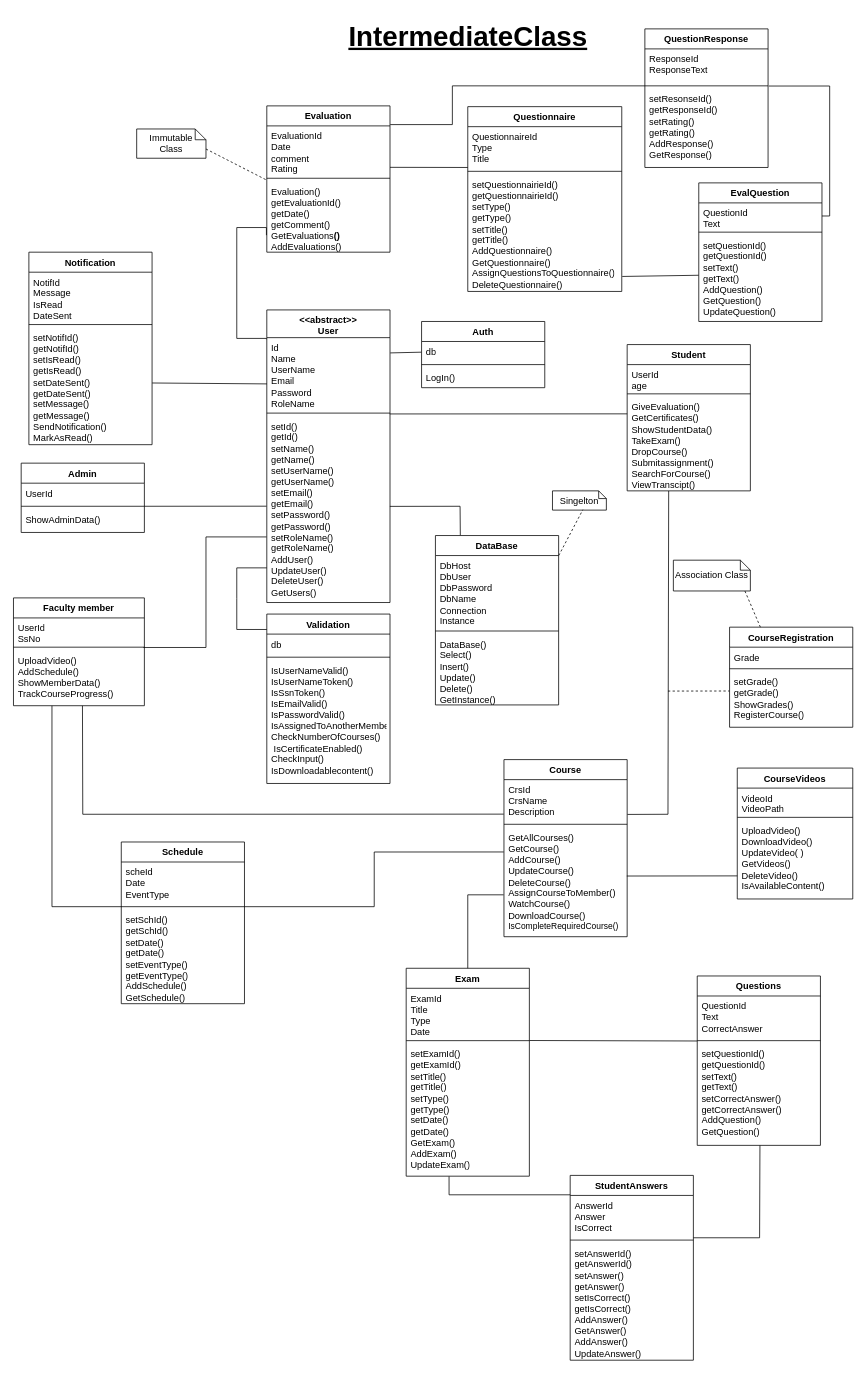
Youssefmohamed430/Learning-Management-System keeps this draw.io diagram as page "IntermediateClass" (2 of 3) of Diagrams/ClassDiagram.drawio. Above is the earlier version. Source tidied: cells renumbered, new cells numbered last; positions are measured from the earlier drawing's top-left corner, leaving out a move shared by most shapes. Both pictures are drawn from the tidied source at 77%, with x=0, y=0 at pixel (13, 13).
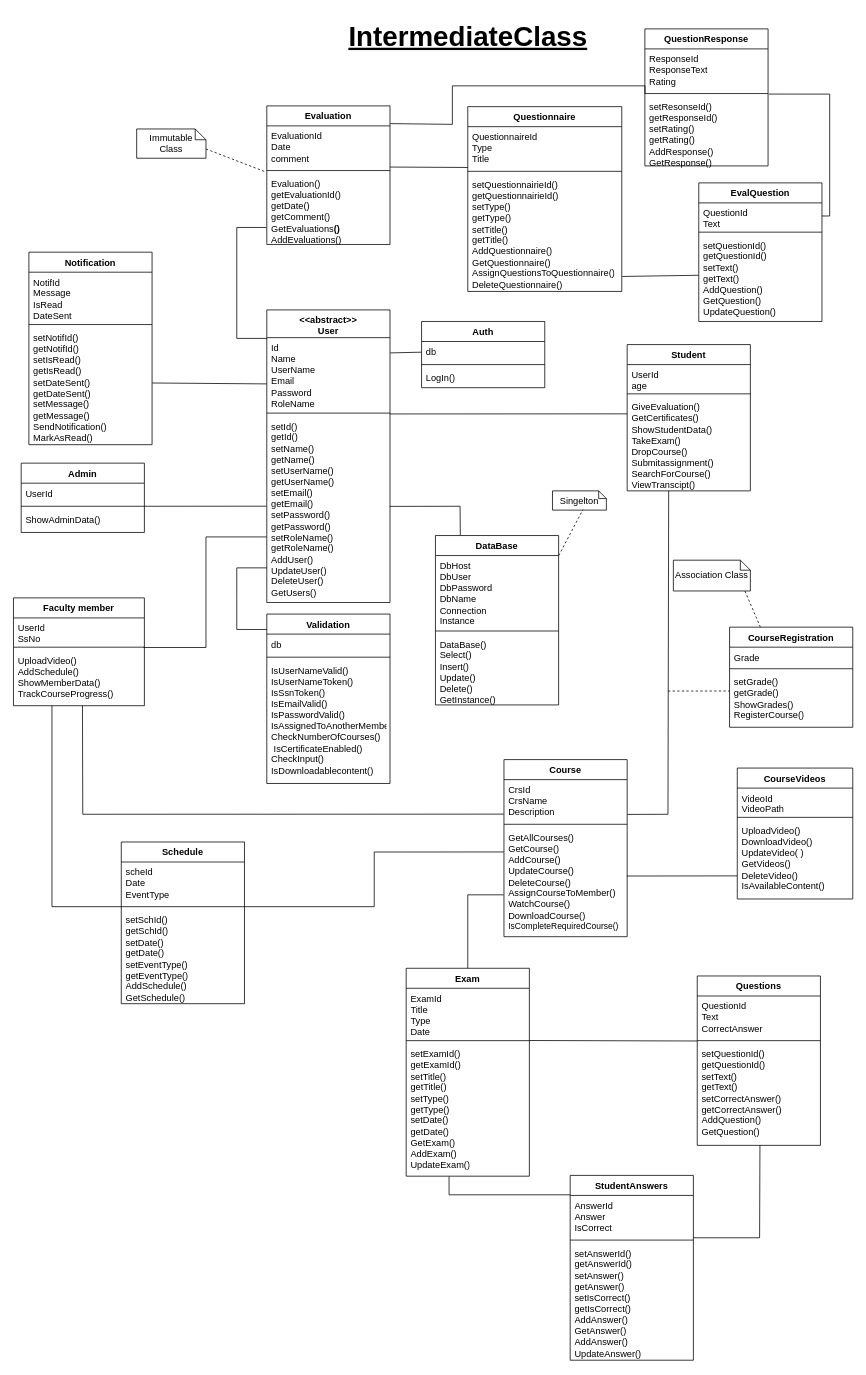
Above is the later version.

The edit, as a diff of the source:
```diff
@@
     <mxCell id="38" value="Evaluation" style="swimlane;fontStyle=1;align=center;verticalAlign=top;horizontal=1;startSize=26;whiteSpace=wrap;html=1;" parent="1" vertex="1">
-      <mxGeometry x="329" y="120" width="160" height="190" as="geometry" />
+      <mxGeometry x="329" y="120" width="160" height="180" as="geometry" />
     </mxCell>
-    <mxCell id="39" value="EvaluationId&amp;nbsp;&lt;div&gt;Date&amp;nbsp;&lt;/div&gt;&lt;div&gt;comment&amp;nbsp;&lt;br&gt;Rating&lt;/div&gt;" style="text;strokeColor=none;fillColor=none;align=left;verticalAlign=top;spacingLeft=4;spacingRight=4;overflow=hidden;points=[[0,0.5],[1,0.5]];portConstraint=eastwest;whiteSpace=wrap;html=1;" parent="38" vertex="1">
-      <mxGeometry y="26" width="160" height="64" as="geometry" />
+    <mxCell id="39" value="EvaluationId&amp;nbsp;&lt;div&gt;Date&amp;nbsp;&lt;/div&gt;&lt;div&gt;comment&amp;nbsp;&lt;br&gt;&lt;br&gt;&lt;/div&gt;" style="text;strokeColor=none;fillColor=none;align=left;verticalAlign=top;spacingLeft=4;spacingRight=4;overflow=hidden;points=[[0,0.5],[1,0.5]];portConstraint=eastwest;whiteSpace=wrap;html=1;" parent="38" vertex="1">
+      <mxGeometry y="26" width="160" height="54" as="geometry" />
     </mxCell>
     <mxCell id="40" style="line;strokeWidth=1;fillColor=none;align=left;verticalAlign=middle;spacingTop=-1;spacingLeft=3;spacingRight=3;labelPosition=right;strokeColor=inherit;" parent="38" vertex="1">
-      <mxGeometry y="90" width="160" height="8" as="geometry" />
+      <mxGeometry y="80" width="160" height="8" as="geometry" />
     </mxCell>
     <mxCell id="41" value="&lt;div&gt;Evaluation()&lt;br&gt;getEvaluationId()&lt;br&gt;getDate()&lt;/div&gt;&lt;div&gt;getComment()&lt;/div&gt;&lt;div&gt;Get&lt;span style=&quot;text-align: center;&quot;&gt;Evaluations&lt;/span&gt;&lt;span style=&quot;text-align: center;&quot;&gt;&lt;b&gt;()&lt;/b&gt;&lt;br&gt;AddEvaluations()&lt;/span&gt;&lt;/div&gt;" style="text;strokeColor=none;fillColor=none;align=left;verticalAlign=top;spacingLeft=4;spacingRight=4;overflow=hidden;points=[[0,0.5],[1,0.5]];portConstraint=eastwest;whiteSpace=wrap;html=1;" parent="38" vertex="1">
-      <mxGeometry y="98" width="160" height="92" as="geometry" />
+      <mxGeometry y="88" width="160" height="92" as="geometry" />
     </mxCell>
@@
     <mxCell id="50" value="QuestionResponse" style="swimlane;fontStyle=1;align=center;verticalAlign=top;horizontal=1;startSize=26;whiteSpace=wrap;html=1;" parent="1" vertex="1">
-      <mxGeometry x="820" y="20" width="160" height="180" as="geometry" />
+      <mxGeometry x="820" y="20" width="160" height="178" as="geometry" />
     </mxCell>
-    <mxCell id="51" value="ResponseId&amp;nbsp;&lt;div&gt;ResponseText&lt;/div&gt;" style="text;strokeColor=none;fillColor=none;align=left;verticalAlign=top;spacingLeft=4;spacingRight=4;overflow=hidden;whiteSpace=wrap;html=1;" parent="50" vertex="1">
-      <mxGeometry y="26" width="160" height="44" as="geometry" />
+    <mxCell id="51" value="ResponseId&amp;nbsp;&lt;div&gt;ResponseText&lt;br&gt;Rating&lt;/div&gt;" style="text;strokeColor=none;fillColor=none;align=left;verticalAlign=top;spacingLeft=4;spacingRight=4;overflow=hidden;whiteSpace=wrap;html=1;" parent="50" vertex="1">
+      <mxGeometry y="26" width="160" height="54" as="geometry" />
     </mxCell>
     <mxCell id="52" style="line;strokeWidth=1;fillColor=none;align=left;verticalAlign=middle;spacingTop=-1;spacingLeft=3;spacingRight=3;labelPosition=right;points=[];portConstraint=eastwest;strokeColor=inherit;" parent="50" vertex="1">
-      <mxGeometry y="70" width="160" height="8" as="geometry" />
+      <mxGeometry y="80" width="160" height="8" as="geometry" />
     </mxCell>
     <mxCell id="53" value="setResonseId()&lt;br&gt;getResponseId()&lt;br&gt;setRating()&lt;br&gt;getRating()&lt;br&gt;AddResponse()&lt;br&gt;GetResponse()" style="text;strokeColor=none;fillColor=none;align=left;verticalAlign=top;spacingLeft=4;spacingRight=4;overflow=hidden;points=[[0,0.5],[1,0.5]];portConstraint=eastwest;whiteSpace=wrap;html=1;" parent="50" vertex="1">
-      <mxGeometry y="78" width="160" height="102" as="geometry" />
+      <mxGeometry y="88" width="160" height="90" as="geometry" />
     </mxCell>
@@
-    <mxCell id="103" style="endArrow=none;html=1;rounded=0;exitX=1;exitY=0.841;exitDx=0;exitDy=0;exitPerimeter=0;" parent="1" edge="1" source="39">
+    <mxCell id="103" style="endArrow=none;html=1;rounded=0;exitX=1;exitY=0.99;exitDx=0;exitDy=0;exitPerimeter=0;" parent="1" edge="1" source="39">
       <mxGeometry relative="1" as="geometry">
         <mxPoint x="590" y="200" as="targetPoint" />
       </mxGeometry>
     </mxCell>
```
